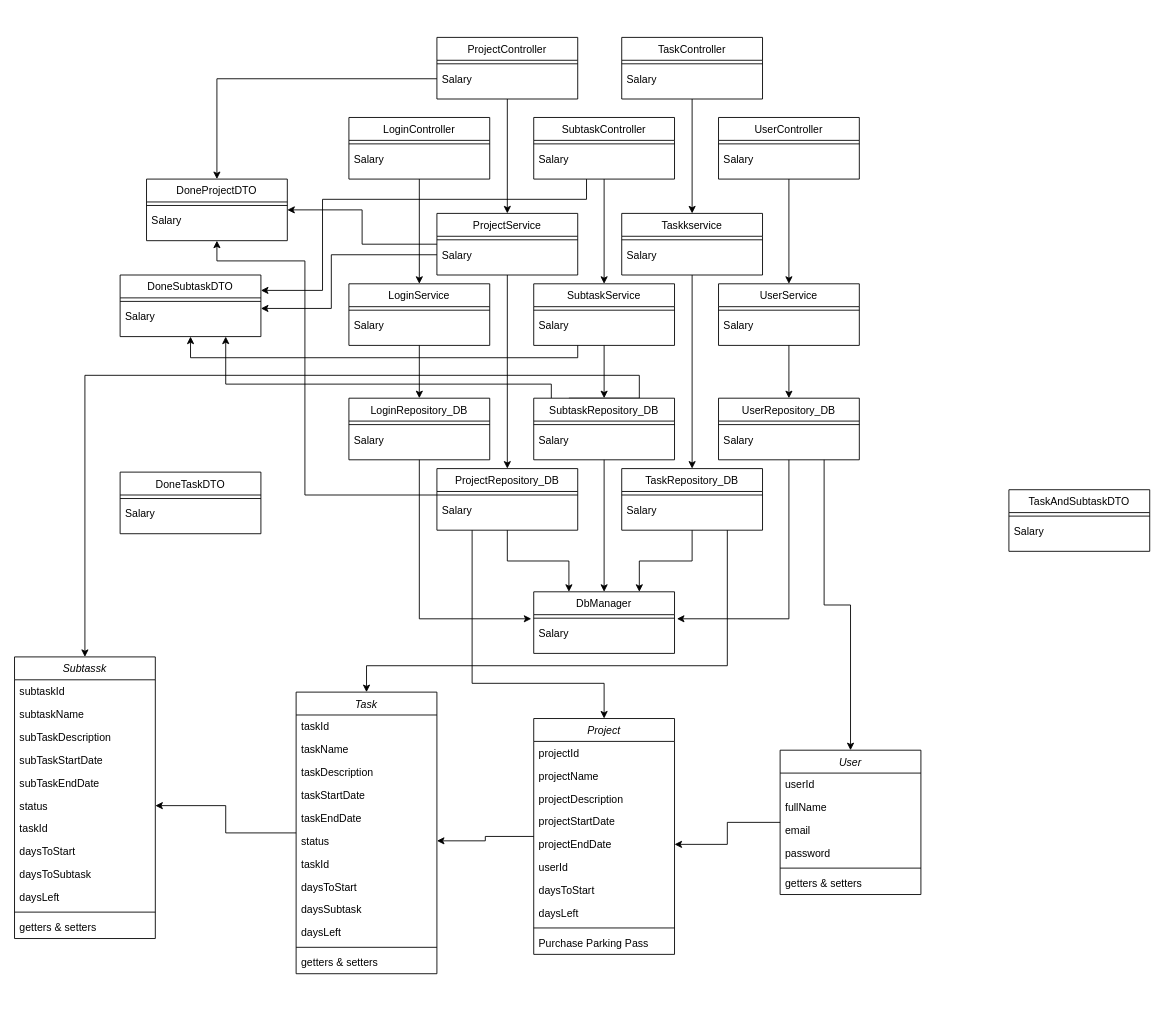
This is docs/Class_Diagram.drawio from Atributties/ProjectPeak, a draw.io file, before an edit. Source tidied: cells renumbered, new cells numbered last; positions are measured from the earlier drawing's top-left corner, leaving out a move shared by most shapes. Both pictures are drawn from the tidied source at 88%, with x=0, y=0 at pixel (14, 37).
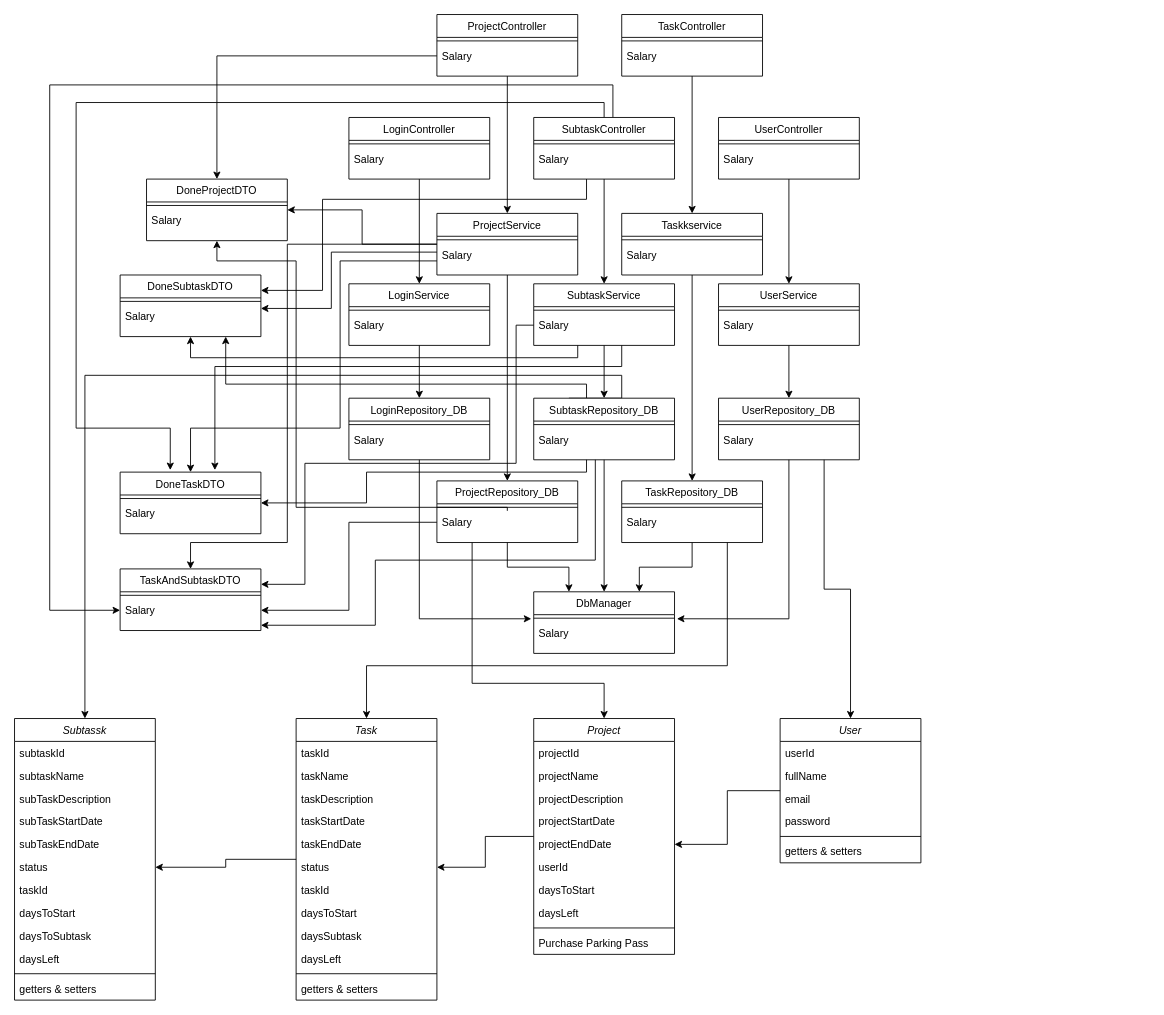
The same page after the edit.

The change refers to these unchanged cells:
```xml
<mxCell id="59" value="SubtaskController" style="swimlane;fontStyle=0;align=center;verticalAlign=top;horizontal=1;startSize=26;rounded=0;shadow=0;strokeWidth=1;" parent="1" vertex="1">
  <mxGeometry x="590" y="91" width="160" height="70" as="geometry" />
</mxCell>
<mxCell id="70" value="DoneSubtaskDTO" style="swimlane;fontStyle=0;align=center;verticalAlign=top;horizontal=1;startSize=26;rounded=0;shadow=0;strokeWidth=1;" parent="1" vertex="1">
  <mxGeometry x="120" y="270" width="160" height="70" as="geometry" />
</mxCell>
<mxCell id="73" value="DoneProjectDTO" style="swimlane;fontStyle=0;align=center;verticalAlign=top;horizontal=1;startSize=26;rounded=0;shadow=0;strokeWidth=1;" parent="1" vertex="1">
  <mxGeometry x="150" y="161" width="160" height="70" as="geometry" />
</mxCell>
<mxCell id="76" value="DoneTaskDTO" style="swimlane;fontStyle=0;align=center;verticalAlign=top;horizontal=1;startSize=26;rounded=0;shadow=0;strokeWidth=1;" parent="1" vertex="1">
  <mxGeometry x="120" y="494" width="160" height="70" as="geometry" />
</mxCell>
<mxCell id="81" value="Salary" style="text;align=left;verticalAlign=top;spacingLeft=4;spacingRight=4;overflow=hidden;points=[[0,0.5],[1,0.5]];portConstraint=eastwest;" parent="79" vertex="1">
  <mxGeometry y="34" width="160" height="26" as="geometry" />
</mxCell>
<mxCell id="93" style="line;html=1;strokeWidth=1;align=left;verticalAlign=middle;spacingTop=-1;spacingLeft=3;spacingRight=3;labelPosition=right;points=[];portConstraint=eastwest;" parent="92" vertex="1">
  <mxGeometry y="26" width="160" height="8" as="geometry" />
</mxCell>
<mxCell id="94" value="Salary" style="text;align=left;verticalAlign=top;spacingLeft=4;spacingRight=4;overflow=hidden;points=[[0,0.5],[1,0.5]];portConstraint=eastwest;" parent="92" vertex="1">
  <mxGeometry y="34" width="160" height="26" as="geometry" />
</mxCell>
<mxCell id="103" value="SubtaskRepository_DB" style="swimlane;fontStyle=0;align=center;verticalAlign=top;horizontal=1;startSize=26;rounded=0;shadow=0;strokeWidth=1;" parent="1" vertex="1">
  <mxGeometry x="590" y="410" width="160" height="70" as="geometry" />
</mxCell>
<mxCell id="116" value="ProjectService" style="swimlane;fontStyle=0;align=center;verticalAlign=top;horizontal=1;startSize=26;rounded=0;shadow=0;strokeWidth=1;" parent="1" vertex="1">
  <mxGeometry x="480" y="200" width="160" height="70" as="geometry" />
</mxCell>
<mxCell id="118" value="Salary" style="text;align=left;verticalAlign=top;spacingLeft=4;spacingRight=4;overflow=hidden;points=[[0,0.5],[1,0.5]];portConstraint=eastwest;" parent="116" vertex="1">
  <mxGeometry y="34" width="160" height="26" as="geometry" />
</mxCell>
<mxCell id="121" value="SubtaskService" style="swimlane;fontStyle=0;align=center;verticalAlign=top;horizontal=1;startSize=26;rounded=0;shadow=0;strokeWidth=1;" parent="1" vertex="1">
  <mxGeometry x="590" y="280" width="160" height="70" as="geometry" />
</mxCell>
<mxCell id="123" value="Salary" style="text;align=left;verticalAlign=top;spacingLeft=4;spacingRight=4;overflow=hidden;points=[[0,0.5],[1,0.5]];portConstraint=eastwest;" parent="121" vertex="1">
  <mxGeometry y="34" width="160" height="26" as="geometry" />
</mxCell>
```

The edit, as a diff of the source:
```diff
@@
     <mxCell id="15" value="User" style="swimlane;fontStyle=2;align=center;verticalAlign=top;horizontal=1;startSize=26;rounded=0;shadow=0;strokeWidth=1;" parent="1" vertex="1">
-      <mxGeometry x="870" y="810" width="160" height="164" as="geometry" />
+      <mxGeometry x="870" y="774" width="160" height="164" as="geometry" />
     </mxCell>
@@
     <mxCell id="22" value="Subtassk" style="swimlane;fontStyle=2;align=center;verticalAlign=top;horizontal=1;startSize=26;rounded=0;shadow=0;strokeWidth=1;" parent="1" vertex="1">
-      <mxGeometry y="704" width="160" height="320" as="geometry" />
+      <mxGeometry y="774" width="160" height="320" as="geometry" />
     </mxCell>
@@
     <mxCell id="36" value="Task" style="swimlane;fontStyle=2;align=center;verticalAlign=top;horizontal=1;startSize=26;rounded=0;shadow=0;strokeWidth=1;" parent="1" vertex="1">
-      <mxGeometry x="320" y="744" width="160" height="320" as="geometry" />
+      <mxGeometry x="320" y="774" width="160" height="320" as="geometry" />
     </mxCell>
@@
     <mxCell id="54" value="ProjectController" style="swimlane;fontStyle=0;align=center;verticalAlign=top;horizontal=1;startSize=26;rounded=0;shadow=0;strokeWidth=1;" parent="1" vertex="1">
-      <mxGeometry x="480" width="160" height="70" as="geometry" />
+      <mxGeometry x="480" y="-26" width="160" height="70" as="geometry" />
     </mxCell>
@@
+    <mxCell id="135" style="edgeStyle=orthogonalEdgeStyle;rounded=0;jettySize=auto;html=1;entryX=0.356;entryY=-0.033;entryDx=0;entryDy=0;entryPerimeter=0;" parent="1" edge="1" source="59" target="76">
+      <mxGeometry relative="1" as="geometry">
+        <Array as="points">
+          <mxPoint x="670" y="74" />
+          <mxPoint x="70" y="74" />
+          <mxPoint x="70" y="444" />
+          <mxPoint x="177" y="444" />
+        </Array>
+      </mxGeometry>
+    </mxCell>
+    <mxCell id="136" style="edgeStyle=orthogonalEdgeStyle;rounded=0;jettySize=auto;html=1;entryX=0;entryY=0.5;entryDx=0;entryDy=0;" parent="1" edge="1" source="59" target="81">
+      <mxGeometry relative="1" as="geometry">
+        <Array as="points">
+          <mxPoint x="680" y="54" />
+          <mxPoint x="40" y="54" />
+          <mxPoint x="40" y="651" />
+        </Array>
+      </mxGeometry>
+    </mxCell>
@@
     <mxCell id="63" value="TaskController" style="swimlane;fontStyle=0;align=center;verticalAlign=top;horizontal=1;startSize=26;rounded=0;shadow=0;strokeWidth=1;" parent="1" vertex="1">
-      <mxGeometry x="690" width="160" height="70" as="geometry" />
+      <mxGeometry x="690" y="-26" width="160" height="70" as="geometry" />
     </mxCell>
@@
     <mxCell id="79" value="TaskAndSubtaskDTO" style="swimlane;fontStyle=0;align=center;verticalAlign=top;horizontal=1;startSize=26;rounded=0;shadow=0;strokeWidth=1;" parent="1" vertex="1">
-      <mxGeometry x="1130" y="514" width="160" height="70" as="geometry" />
+      <mxGeometry x="120" y="604" width="160" height="70" as="geometry" />
     </mxCell>
@@
     <mxCell id="87" value="TaskRepository_DB" style="swimlane;fontStyle=0;align=center;verticalAlign=top;horizontal=1;startSize=26;rounded=0;shadow=0;strokeWidth=1;" parent="1" vertex="1">
-      <mxGeometry x="690" y="490" width="160" height="70" as="geometry" />
+      <mxGeometry x="690" y="504" width="160" height="70" as="geometry" />
     </mxCell>
@@
     <mxCell id="92" value="ProjectRepository_DB" style="swimlane;fontStyle=0;align=center;verticalAlign=top;horizontal=1;startSize=26;rounded=0;shadow=0;strokeWidth=1;" parent="1" vertex="1">
-      <mxGeometry x="480" y="490" width="160" height="70" as="geometry" />
+      <mxGeometry x="480" y="504" width="160" height="70" as="geometry" />
     </mxCell>
@@
     <mxCell id="101" style="edgeStyle=orthogonalEdgeStyle;rounded=0;jettySize=auto;html=1;entryX=0.5;entryY=0;entryDx=0;entryDy=0;exitX=0.25;exitY=0;exitDx=0;exitDy=0;" parent="1" edge="1" source="103" target="22">
       <mxGeometry relative="1" as="geometry">
         <Array as="points">
-          <mxPoint x="710" y="410" />
-          <mxPoint x="710" y="384" />
+          <mxPoint x="690" y="410" />
+          <mxPoint x="690" y="384" />
           <mxPoint x="80" y="384" />
         </Array>
       </mxGeometry>
     </mxCell>
     <mxCell id="102" style="edgeStyle=orthogonalEdgeStyle;rounded=0;jettySize=auto;html=1;entryX=0.75;entryY=1;entryDx=0;entryDy=0;" parent="1" edge="1" source="103" target="70">
       <mxGeometry relative="1" as="geometry">
         <Array as="points">
-          <mxPoint x="610" y="394" />
+          <mxPoint x="650" y="394" />
           <mxPoint x="240" y="394" />
         </Array>
       </mxGeometry>
     </mxCell>
+    <mxCell id="137" style="edgeStyle=orthogonalEdgeStyle;rounded=0;jettySize=auto;html=1;entryX=1;entryY=0.5;entryDx=0;entryDy=0;" parent="1" edge="1" source="103" target="76">
+      <mxGeometry relative="1" as="geometry">
+        <Array as="points">
+          <mxPoint x="650" y="494" />
+          <mxPoint x="400" y="494" />
+          <mxPoint x="400" y="529" />
+        </Array>
+      </mxGeometry>
+    </mxCell>
+    <mxCell id="138" style="edgeStyle=orthogonalEdgeStyle;rounded=0;jettySize=auto;html=1;" parent="1" edge="1" source="103">
+      <mxGeometry relative="1" as="geometry">
+        <mxPoint x="280" y="668" as="targetPoint" />
+        <Array as="points">
+          <mxPoint x="660" y="594" />
+          <mxPoint x="410" y="594" />
+          <mxPoint x="410" y="668" />
+        </Array>
+      </mxGeometry>
+    </mxCell>
@@
+    <mxCell id="139" style="edgeStyle=orthogonalEdgeStyle;rounded=0;jettySize=auto;html=1;entryX=0.5;entryY=0;entryDx=0;entryDy=0;" parent="1" edge="1" source="116" target="76">
+      <mxGeometry relative="1" as="geometry">
+        <Array as="points">
+          <mxPoint x="370" y="254" />
+          <mxPoint x="370" y="444" />
+          <mxPoint x="200" y="444" />
+        </Array>
+      </mxGeometry>
+    </mxCell>
+    <mxCell id="140" style="edgeStyle=orthogonalEdgeStyle;rounded=0;jettySize=auto;html=1;entryX=0.5;entryY=0;entryDx=0;entryDy=0;" parent="1" edge="1" source="116" target="79">
+      <mxGeometry relative="1" as="geometry">
+        <Array as="points">
+          <mxPoint x="310" y="235" />
+          <mxPoint x="310" y="574" />
+          <mxPoint x="200" y="574" />
+        </Array>
+      </mxGeometry>
+    </mxCell>
@@
+    <mxCell id="141" style="edgeStyle=orthogonalEdgeStyle;rounded=0;jettySize=auto;html=1;entryX=0.673;entryY=-0.033;entryDx=0;entryDy=0;entryPerimeter=0;" parent="1" edge="1" source="121" target="76">
+      <mxGeometry relative="1" as="geometry">
+        <Array as="points">
+          <mxPoint x="690" y="374" />
+          <mxPoint x="228" y="374" />
+        </Array>
+      </mxGeometry>
+    </mxCell>
@@
-    <mxCell id="133" style="edgeStyle=orthogonalEdgeStyle;rounded=0;jettySize=auto;html=1;" parent="1" edge="1" source="93">
-      <mxGeometry relative="1" as="geometry">
-        <mxPoint x="230" y="231" as="targetPoint" />
-        <Array as="points">
-          <mxPoint x="330" y="520" />
-          <mxPoint x="330" y="254" />
-          <mxPoint x="230" y="254" />
-        </Array>
-      </mxGeometry>
-    </mxCell>
     <mxCell id="134" style="edgeStyle=orthogonalEdgeStyle;rounded=0;jettySize=auto;html=1;" parent="1" edge="1" source="118">
       <mxGeometry relative="1" as="geometry">
         <mxPoint x="280" y="308" as="targetPoint" />
         <Array as="points">
-          <mxPoint x="360" y="247" />
+          <mxPoint x="360" y="244" />
           <mxPoint x="360" y="308" />
         </Array>
       </mxGeometry>
     </mxCell>
+    <mxCell id="142" style="edgeStyle=orthogonalEdgeStyle;rounded=0;jettySize=auto;html=1;entryX=1;entryY=0.5;entryDx=0;entryDy=0;" parent="1" edge="1" source="94" target="81">
+      <mxGeometry relative="1" as="geometry">
+        <Array as="points">
+          <mxPoint x="380" y="551" />
+          <mxPoint x="380" y="651" />
+        </Array>
+      </mxGeometry>
+    </mxCell>
+    <mxCell id="143" style="edgeStyle=orthogonalEdgeStyle;rounded=0;jettySize=auto;html=1;entryX=0.5;entryY=1;entryDx=0;entryDy=0;" parent="1" edge="1" source="94" target="73">
+      <mxGeometry relative="1" as="geometry">
+        <Array as="points">
+          <mxPoint x="560" y="534" />
+          <mxPoint x="320" y="534" />
+          <mxPoint x="320" y="254" />
+          <mxPoint x="230" y="254" />
+        </Array>
+      </mxGeometry>
+    </mxCell>
+    <mxCell id="144" style="edgeStyle=orthogonalEdgeStyle;rounded=0;jettySize=auto;html=1;entryX=1;entryY=0.25;entryDx=0;entryDy=0;" parent="1" edge="1" source="123" target="79">
+      <mxGeometry relative="1" as="geometry">
+        <Array as="points">
+          <mxPoint x="570" y="327" />
+          <mxPoint x="570" y="484" />
+          <mxPoint x="330" y="484" />
+          <mxPoint x="330" y="622" />
+        </Array>
+      </mxGeometry>
+    </mxCell>
```
